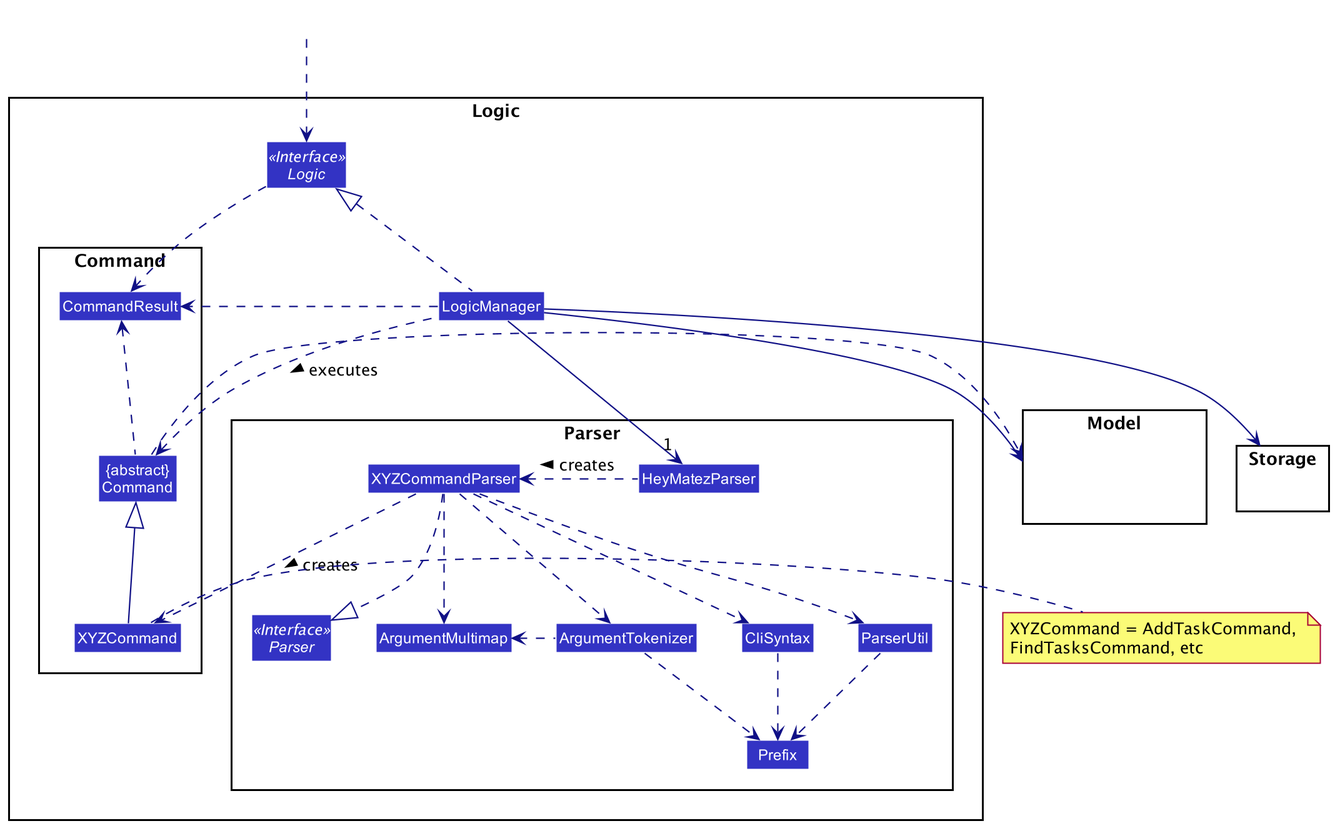
nus-cs2103-AY2021S2/tp keeps this PlantUML diagram as docs/images/LogicClassDiagram.png. Above is the earlier version.
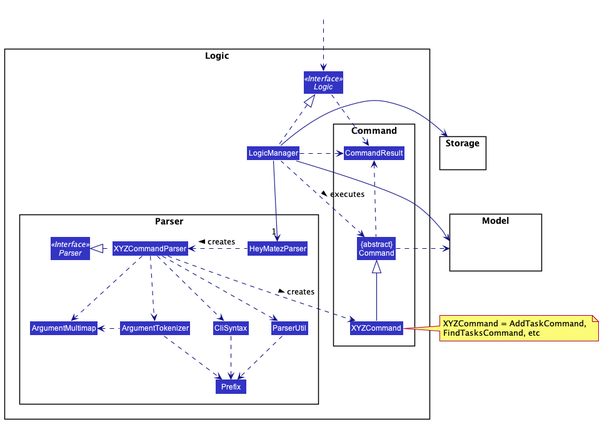
After the commit.

Commit message:
Edit logic diagram

Change to the diagram source:
```diff
@@ -31,7 +31,7 @@
 Class HiddenModel #FFFFFF
 }
 
-package Storage {
+package Storage{
 Class HiddenModel #FFFFFF
 }
 
@@ -43,7 +43,7 @@
 HeyMatezParser .left.> XYZCommandParser: creates >
 
 XYZCommandParser ..> XYZCommand : creates >
-XYZCommandParser ..|> Parser
+XYZCommandParser .left.|> Parser
 XYZCommandParser ..> ArgumentMultimap
 XYZCommandParser ..> ArgumentTokenizer
 ArgumentTokenizer .left.> ArgumentMultimap
@@ -55,8 +55,10 @@
 XYZCommand -up-|> Command
 LogicManager .left.> Command : executes >
 
+LogicManager --> Model
 LogicManager --> Storage
-LogicManager --> Model
+Storage --[hidden] Model
+Command .[hidden]up.> Storage
 Command .right.> Model
 note right of XYZCommand: XYZCommand = AddTaskCommand, \nFindTasksCommand, etc
 
```
